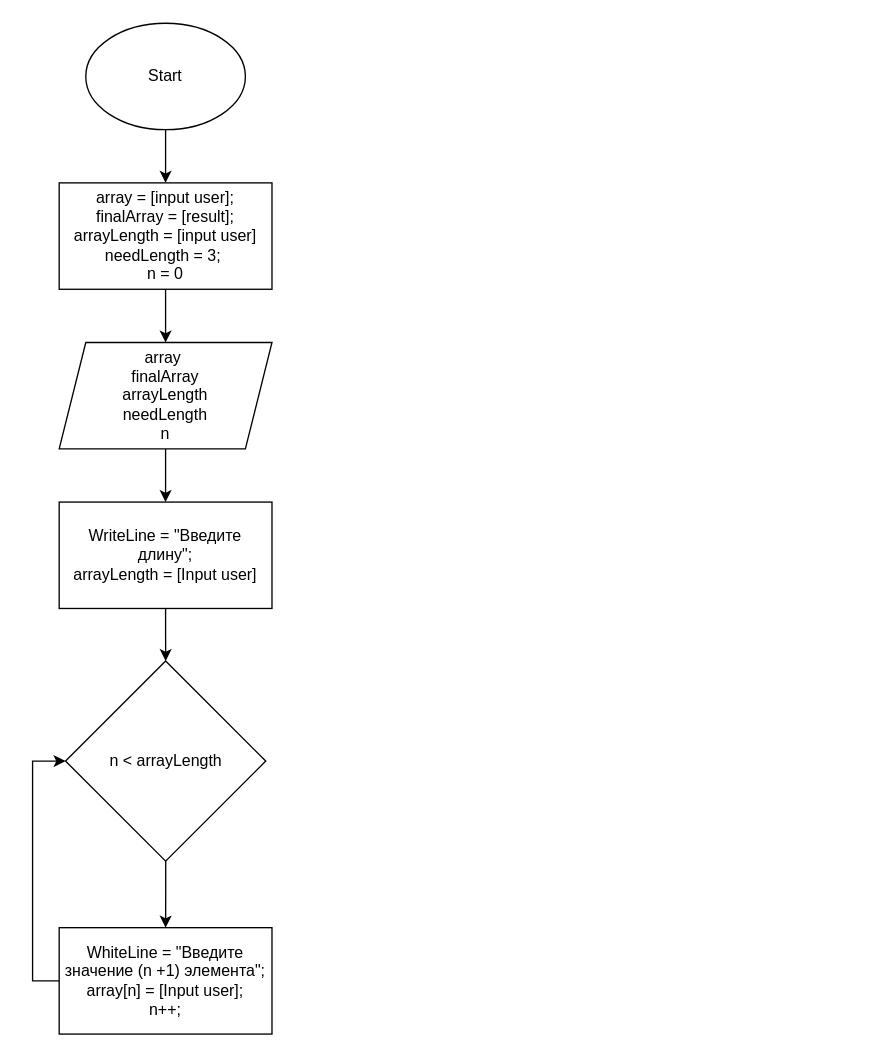
Above: Диаграмма без названия.drawio in Deinail/Final-verification-work (draw.io), before the change. Source tidied: cells renumbered, new cells numbered last; positions are measured from the earlier drawing's top-left corner, leaving out a move shared by most shapes. Both pictures are drawn from the tidied source at 133%, with x=0, y=0 at pixel (59, 23).
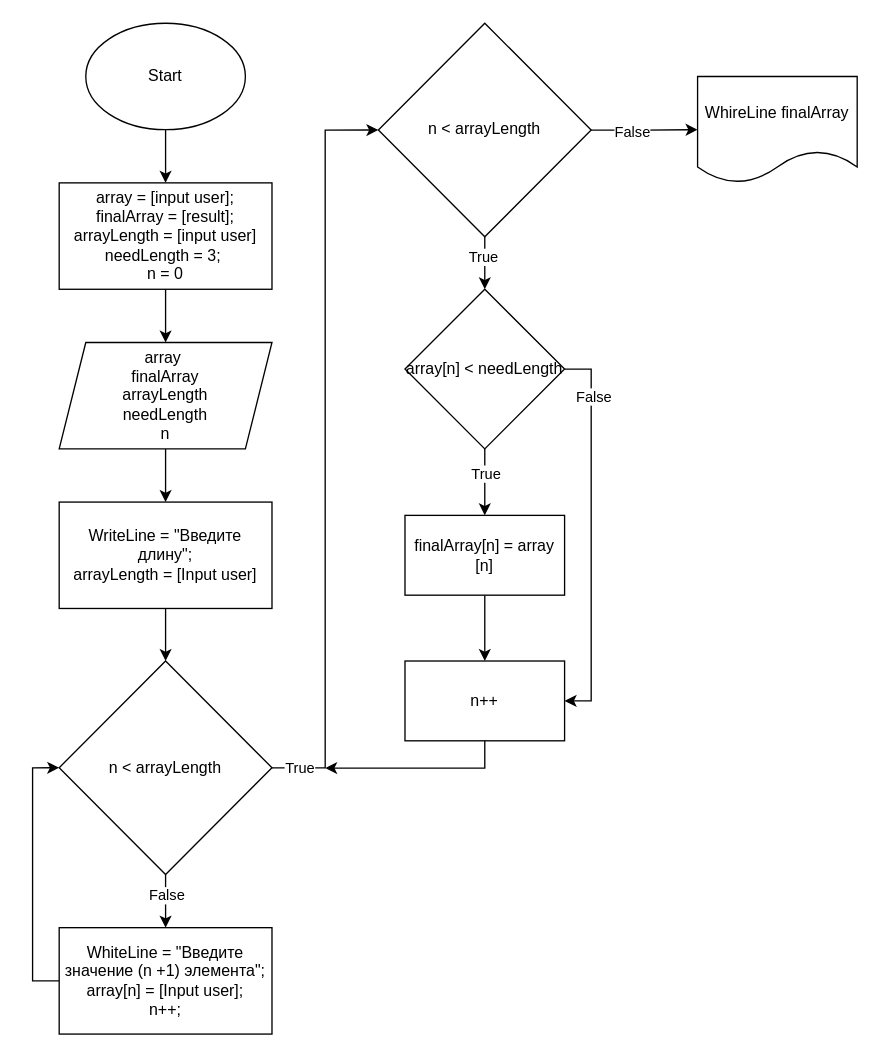
The same page after the edit.

The change refers to these unchanged cells:
```xml
<mxCell id="10" style="edgeStyle=orthogonalEdgeStyle;rounded=0;jettySize=auto;html=1;" parent="1" edge="1" source="11" target="13">
  <mxGeometry relative="1" as="geometry" />
</mxCell>
```

Diff of the diagram source:
```diff
@@
+    <mxCell id="14" value="False" style="edgeLabel;html=1;align=center;verticalAlign=middle;" parent="10" vertex="1">
+      <mxGeometry x="-0.25" relative="1" as="geometry" />
+    </mxCell>
+    <mxCell id="15" style="edgeStyle=orthogonalEdgeStyle;rounded=0;jettySize=auto;html=1;entryX=0;entryY=0.5;entryDx=0;entryDy=0;" parent="1" edge="1" source="11" target="21">
+      <mxGeometry relative="1" as="geometry" />
+    </mxCell>
+    <mxCell id="16" value="True" style="edgeLabel;html=1;align=center;verticalAlign=middle;" parent="15" vertex="1">
+      <mxGeometry x="-0.91" relative="1" as="geometry">
+        <mxPoint x="-4" as="offset" />
+      </mxGeometry>
+    </mxCell>
     <mxCell id="11" value="n &amp;lt; arrayLength" style="rhombus;whiteSpace=wrap;html=1;" parent="1" vertex="1">
-      <mxGeometry x="4.8" y="479.5" width="150.5" height="150.5" as="geometry" />
+      <mxGeometry y="479.5" width="160" height="160.5" as="geometry" />
     </mxCell>
@@
+    <mxCell id="17" style="edgeStyle=orthogonalEdgeStyle;rounded=0;jettySize=auto;html=1;" parent="1" edge="1" source="21" target="26">
+      <mxGeometry relative="1" as="geometry" />
+    </mxCell>
+    <mxCell id="18" value="True" style="edgeLabel;html=1;align=center;verticalAlign=middle;" parent="17" vertex="1">
+      <mxGeometry x="-0.27" y="-2" relative="1" as="geometry" />
+    </mxCell>
+    <mxCell id="19" style="edgeStyle=orthogonalEdgeStyle;rounded=0;jettySize=auto;html=1;" parent="1" edge="1" source="21" target="31">
+      <mxGeometry relative="1" as="geometry" />
+    </mxCell>
+    <mxCell id="20" value="False" style="edgeLabel;html=1;align=center;verticalAlign=middle;" parent="19" vertex="1">
+      <mxGeometry x="-0.22" y="-1" relative="1" as="geometry" />
+    </mxCell>
+    <mxCell id="21" value="n &amp;lt; arrayLength" style="rhombus;whiteSpace=wrap;html=1;" parent="1" vertex="1">
+      <mxGeometry x="240" width="160" height="160.5" as="geometry" />
+    </mxCell>
+    <mxCell id="22" style="edgeStyle=orthogonalEdgeStyle;rounded=0;jettySize=auto;html=1;" parent="1" edge="1" source="26" target="28">
+      <mxGeometry relative="1" as="geometry" />
+    </mxCell>
+    <mxCell id="23" value="True" style="edgeLabel;html=1;align=center;verticalAlign=middle;" parent="22" vertex="1">
+      <mxGeometry x="-0.28" relative="1" as="geometry" />
+    </mxCell>
+    <mxCell id="24" style="edgeStyle=orthogonalEdgeStyle;rounded=0;jettySize=auto;html=1;entryX=1;entryY=0.5;entryDx=0;entryDy=0;" parent="1" edge="1" source="26" target="29">
+      <mxGeometry relative="1" as="geometry">
+        <Array as="points">
+          <mxPoint x="400" y="260" />
+          <mxPoint x="400" y="509" />
+        </Array>
+      </mxGeometry>
+    </mxCell>
+    <mxCell id="25" value="False" style="edgeLabel;html=1;align=center;verticalAlign=middle;" parent="24" vertex="1">
+      <mxGeometry x="-0.89" relative="1" as="geometry">
+        <mxPoint x="5" y="20" as="offset" />
+      </mxGeometry>
+    </mxCell>
+    <mxCell id="26" value="array[n] &amp;lt; needLength" style="rhombus;whiteSpace=wrap;html=1;" parent="1" vertex="1">
+      <mxGeometry x="260" y="200" width="120" height="120" as="geometry" />
+    </mxCell>
+    <mxCell id="27" style="edgeStyle=orthogonalEdgeStyle;rounded=0;jettySize=auto;html=1;" parent="1" edge="1" source="28" target="29">
+      <mxGeometry relative="1" as="geometry" />
+    </mxCell>
+    <mxCell id="28" value="finalArray[n] = array [n]" style="whiteSpace=wrap;html=1;" parent="1" vertex="1">
+      <mxGeometry x="260" y="370" width="120" height="60" as="geometry" />
+    </mxCell>
+    <mxCell id="29" value="n++" style="whiteSpace=wrap;html=1;" parent="1" vertex="1">
+      <mxGeometry x="260" y="479.5" width="120" height="60" as="geometry" />
+    </mxCell>
+    <mxCell id="30" style="edgeStyle=orthogonalEdgeStyle;rounded=0;jettySize=auto;html=1;exitX=0.5;exitY=1;exitDx=0;exitDy=0;" parent="1" edge="1" source="29">
+      <mxGeometry relative="1" as="geometry">
+        <mxPoint x="200" y="560" as="targetPoint" />
+        <Array as="points">
+          <mxPoint x="320" y="560" />
+        </Array>
+      </mxGeometry>
+    </mxCell>
+    <mxCell id="31" value="WhireLine finalArray" style="shape=document;whiteSpace=wrap;html=1;boundedLbl=1;" parent="1" vertex="1">
+      <mxGeometry x="480" y="40" width="120" height="80" as="geometry" />
+    </mxCell>
```
